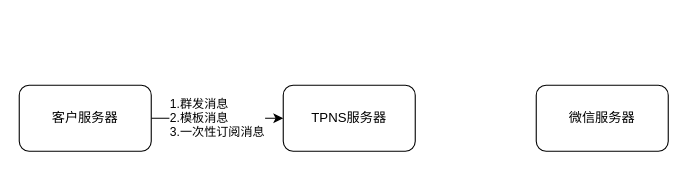
This is 公众号小程序推送流程.drawio from muyanbiao/tpnsFlowChart, a draw.io file, before an edit. Source tidied: cells renumbered, new cells numbered last; positions are measured from the earlier drawing's top-left corner, leaving out a move shared by most shapes. Both pictures are drawn from the tidied source at 110%, with x=0, y=0 at pixel (19, 85).
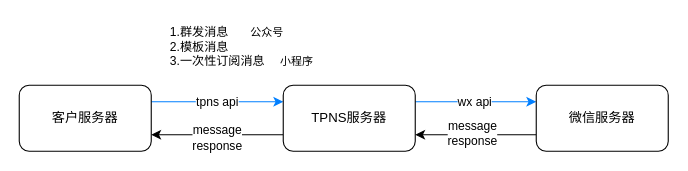
Above is the later version.

Commit message (it also covers changes not shown here):
Update 公众号小程序推送流程.drawio

What changed in the source:
```diff
@@
 <mxGraphModel>
   <root>
     <mxCell id="0" />
     <mxCell id="1" parent="0" />
-    <mxCell id="2" value="&lt;div style=&quot;text-align: justify&quot;&gt;1.群发消息&lt;/div&gt;&lt;div style=&quot;text-align: justify&quot;&gt;2.模板消息&lt;/div&gt;&lt;div style=&quot;text-align: justify&quot;&gt;3.一次性订阅消息&lt;/div&gt;" style="edgeStyle=orthogonalEdgeStyle;rounded=0;jettySize=auto;html=1;align=center;" parent="1" edge="1" source="3" target="4">
+    <mxCell id="2" value="&lt;div style=&quot;text-align: justify&quot;&gt;tpns api&lt;/div&gt;" style="edgeStyle=orthogonalEdgeStyle;rounded=0;jettySize=auto;html=1;align=center;exitX=1;exitY=0.25;exitDx=0;exitDy=0;entryX=0;entryY=0.25;entryDx=0;entryDy=0;strokeColor=#007FFF;" parent="1" edge="1" source="3" target="4">
       <mxGeometry relative="1" as="geometry" />
     </mxCell>
     <mxCell id="3" value="客户服务器" style="rounded=1;whiteSpace=wrap;html=1;" parent="1" vertex="1">
       <mxGeometry width="120" height="60" as="geometry" />
     </mxCell>
+    <mxCell id="6" style="edgeStyle=orthogonalEdgeStyle;rounded=0;jettySize=auto;html=1;entryX=0;entryY=0.25;entryDx=0;entryDy=0;exitX=1;exitY=0.25;exitDx=0;exitDy=0;strokeColor=#007FFF;" parent="1" edge="1" source="4" target="5">
+      <mxGeometry relative="1" as="geometry" />
+    </mxCell>
+    <mxCell id="7" value="wx api" style="edgeLabel;html=1;align=center;verticalAlign=middle;" parent="6" vertex="1">
+      <mxGeometry x="-0.03" y="1" relative="1" as="geometry" />
+    </mxCell>
+    <mxCell id="8" style="edgeStyle=orthogonalEdgeStyle;rounded=0;jettySize=auto;html=1;entryX=1;entryY=0.75;entryDx=0;entryDy=0;strokeColor=#000000;exitX=0;exitY=0.75;exitDx=0;exitDy=0;" parent="1" edge="1" source="4" target="3">
+      <mxGeometry relative="1" as="geometry" />
+    </mxCell>
+    <mxCell id="9" value="message&lt;br&gt;response" style="edgeLabel;html=1;align=center;verticalAlign=middle;" parent="8" vertex="1">
+      <mxGeometry x="0.02" y="2" relative="1" as="geometry" />
+    </mxCell>
     <mxCell id="4" value="TPNS服务器" style="rounded=1;whiteSpace=wrap;html=1;" parent="1" vertex="1">
       <mxGeometry x="240" width="120" height="60" as="geometry" />
     </mxCell>
+    <mxCell id="10" style="edgeStyle=orthogonalEdgeStyle;rounded=0;jettySize=auto;html=1;strokeColor=#000000;exitX=0;exitY=0.75;exitDx=0;exitDy=0;entryX=1;entryY=0.75;entryDx=0;entryDy=0;" parent="1" edge="1" source="5" target="4">
+      <mxGeometry relative="1" as="geometry" />
+    </mxCell>
+    <mxCell id="11" value="message&lt;br&gt;response" style="edgeLabel;html=1;align=center;verticalAlign=middle;" parent="10" vertex="1">
+      <mxGeometry x="0.08" y="-2" relative="1" as="geometry" />
+    </mxCell>
     <mxCell id="5" value="微信服务器" style="rounded=1;whiteSpace=wrap;html=1;" parent="1" vertex="1">
       <mxGeometry x="470" width="120" height="60" as="geometry" />
     </mxCell>
+    <mxCell id="12" value="&lt;div style=&quot;font-size: 11px ; text-align: justify&quot;&gt;1.群发消息&lt;/div&gt;&lt;div style=&quot;font-size: 11px ; text-align: justify&quot;&gt;2.模板消息&lt;/div&gt;&lt;div style=&quot;font-size: 11px ; text-align: justify&quot;&gt;3.一次性订阅消息&lt;/div&gt;" style="text;html=1;align=center;verticalAlign=middle;strokeColor=none;fillColor=none;" parent="1" vertex="1">
+      <mxGeometry x="130" y="-60" width="100" height="50" as="geometry" />
+    </mxCell>
+    <mxCell id="13" value="公众号" style="text;html=1;align=center;verticalAlign=middle;strokeColor=none;fillColor=none;fontSize=10;" parent="1" vertex="1">
+      <mxGeometry x="200" y="-58" width="50" height="20" as="geometry" />
+    </mxCell>
+    <mxCell id="14" value="小程序" style="text;html=1;align=center;verticalAlign=middle;strokeColor=none;fillColor=none;fontSize=10;" parent="1" vertex="1">
+      <mxGeometry x="227" y="-32" width="50" height="20" as="geometry" />
+    </mxCell>
   </root>
 </mxGraphModel>
```
